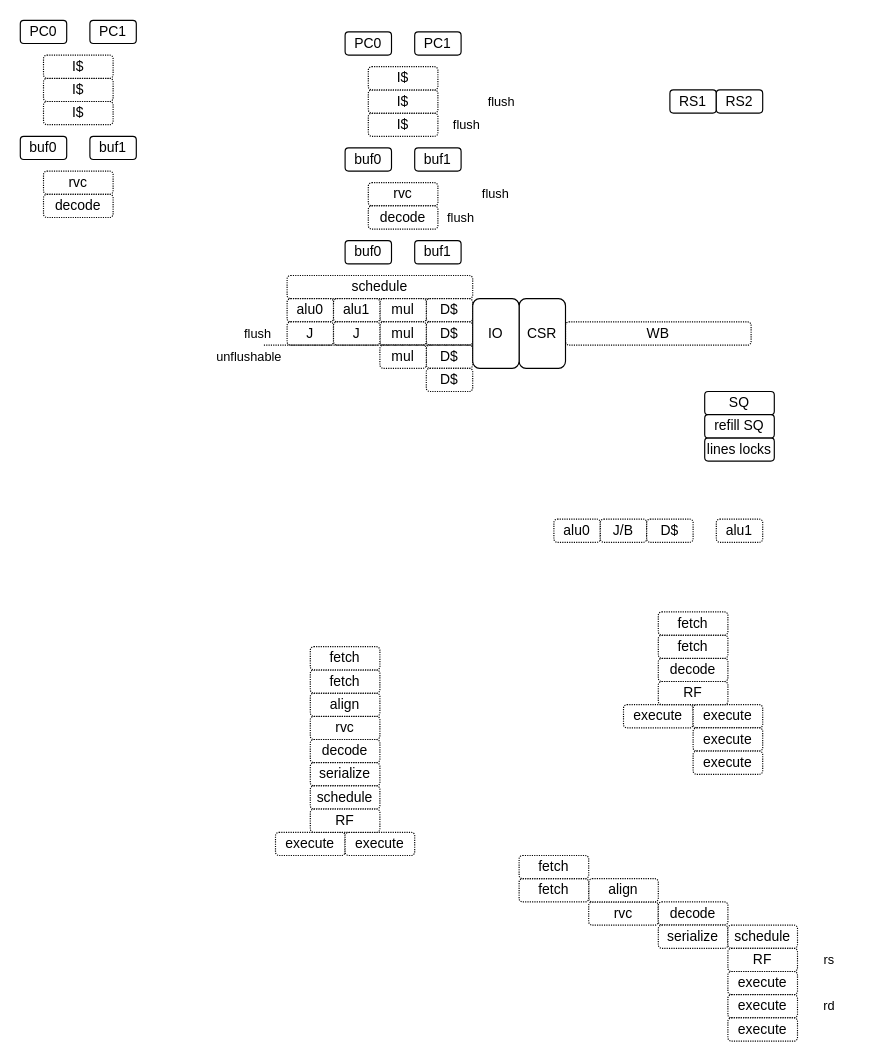
Before: page "vexii" (1 of 18) of source/asset/miaou.drawio in SpinalHDL/VexiiRiscv-RTD, a draw.io diagram. Source tidied: cells renumbered, new cells numbered last; positions are measured from the earlier drawing's top-left corner, leaving out a move shared by most shapes. Both pictures are drawn from the tidied source at 116%, with x=0, y=0 at pixel (20, 20).
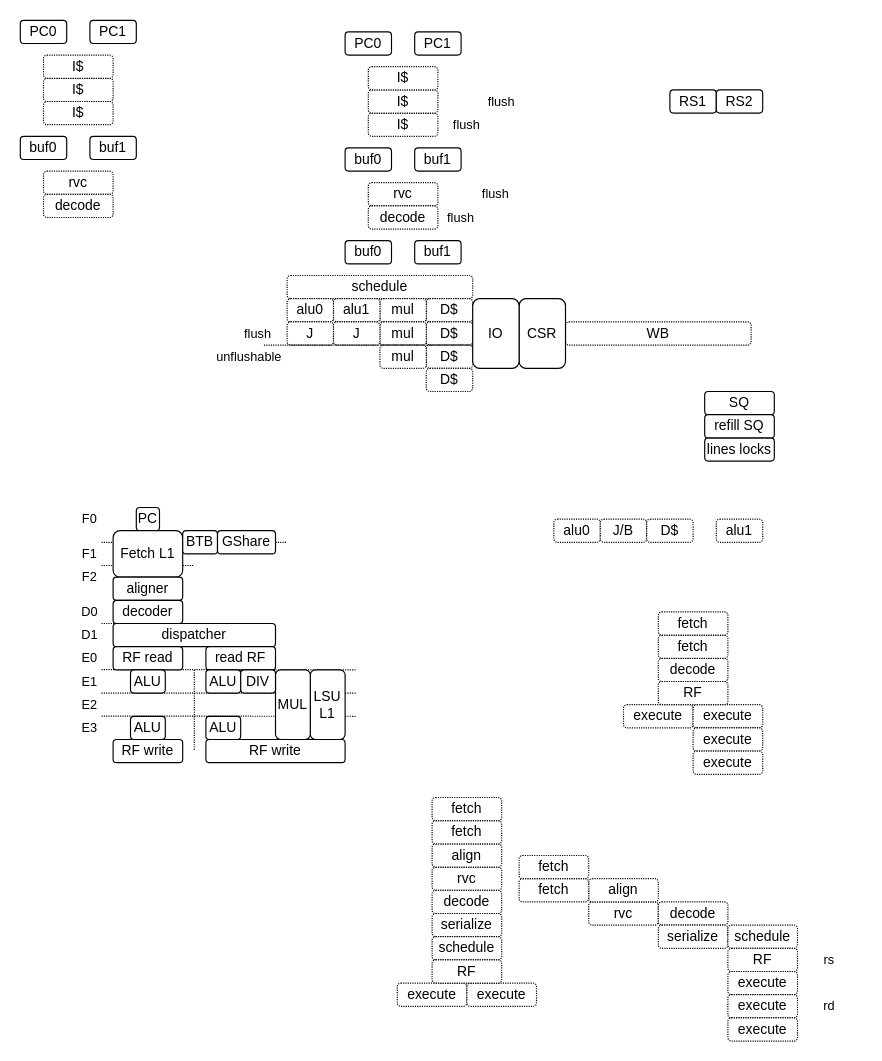
The same page after the edit.

The edit, as a diff of the source:
```diff
@@
+    <mxCell id="84" style="endArrow=none;html=1;rounded=0;dashed=1;dashPattern=1 1;" parent="1" edge="1">
+      <mxGeometry relative="1" as="geometry">
+        <mxPoint x="70" y="470" as="sourcePoint" />
+        <mxPoint x="150" y="470" as="targetPoint" />
+      </mxGeometry>
+    </mxCell>
+    <mxCell id="85" style="endArrow=none;html=1;rounded=0;dashed=1;dashPattern=1 1;" parent="1" edge="1">
+      <mxGeometry relative="1" as="geometry">
+        <mxPoint x="70" y="450" as="sourcePoint" />
+        <mxPoint x="230" y="450" as="targetPoint" />
+      </mxGeometry>
+    </mxCell>
+    <mxCell id="86" style="endArrow=none;html=1;rounded=0;dashed=1;dashPattern=1 1;" parent="1" edge="1">
+      <mxGeometry relative="1" as="geometry">
+        <mxPoint x="70" y="520" as="sourcePoint" />
+        <mxPoint x="150" y="520" as="targetPoint" />
+      </mxGeometry>
+    </mxCell>
+    <mxCell id="87" style="endArrow=none;html=1;rounded=0;dashed=1;dashPattern=1 1;" parent="1" edge="1">
+      <mxGeometry relative="1" as="geometry">
+        <mxPoint x="70" y="559.7" as="sourcePoint" />
+        <mxPoint x="290" y="560" as="targetPoint" />
+      </mxGeometry>
+    </mxCell>
+    <mxCell id="88" style="endArrow=none;html=1;rounded=0;dashed=1;dashPattern=1 1;" parent="1" edge="1">
+      <mxGeometry relative="1" as="geometry">
+        <mxPoint x="70" y="580" as="sourcePoint" />
+        <mxPoint x="290" y="580" as="targetPoint" />
+      </mxGeometry>
+    </mxCell>
+    <mxCell id="89" style="endArrow=none;html=1;rounded=0;dashed=1;dashPattern=1 1;" parent="1" edge="1">
+      <mxGeometry relative="1" as="geometry">
+        <mxPoint x="70" y="599.8" as="sourcePoint" />
+        <mxPoint x="290" y="600" as="targetPoint" />
+      </mxGeometry>
+    </mxCell>
@@
     <mxCell id="49" value="&lt;span style=&quot;font-size: 12px;&quot;&gt;rvc&lt;/span&gt;" style="rounded=1;whiteSpace=wrap;html=1;fontSize=8;strokeWidth=1;dashed=1;dashPattern=1 1;" parent="1" vertex="1">
-      <mxGeometry x="250" y="600" width="60" height="20" as="geometry" />
+      <mxGeometry x="355" y="730" width="60" height="20" as="geometry" />
     </mxCell>
     <mxCell id="50" value="&lt;span style=&quot;font-size: 12px;&quot;&gt;decode&lt;/span&gt;" style="rounded=1;whiteSpace=wrap;html=1;fontSize=8;strokeWidth=1;dashed=1;dashPattern=1 1;" parent="1" vertex="1">
-      <mxGeometry x="250" y="620" width="60" height="20" as="geometry" />
+      <mxGeometry x="355" y="750" width="60" height="20" as="geometry" />
     </mxCell>
     <mxCell id="51" value="&lt;span style=&quot;font-size: 12px;&quot;&gt;align&lt;/span&gt;" style="rounded=1;whiteSpace=wrap;html=1;fontSize=8;strokeWidth=1;dashed=1;dashPattern=1 1;" parent="1" vertex="1">
-      <mxGeometry x="250" y="580" width="60" height="20" as="geometry" />
+      <mxGeometry x="355" y="710" width="60" height="20" as="geometry" />
     </mxCell>
     <mxCell id="52" value="&lt;span style=&quot;font-size: 12px;&quot;&gt;fetch&lt;/span&gt;" style="rounded=1;whiteSpace=wrap;html=1;fontSize=8;strokeWidth=1;dashed=1;dashPattern=1 1;" parent="1" vertex="1">
-      <mxGeometry x="250" y="560" width="60" height="20" as="geometry" />
+      <mxGeometry x="355" y="690" width="60" height="20" as="geometry" />
     </mxCell>
     <mxCell id="53" value="&lt;span style=&quot;font-size: 12px;&quot;&gt;serialize&lt;/span&gt;" style="rounded=1;whiteSpace=wrap;html=1;fontSize=8;strokeWidth=1;dashed=1;dashPattern=1 1;" parent="1" vertex="1">
-      <mxGeometry x="250" y="640" width="60" height="20" as="geometry" />
+      <mxGeometry x="355" y="770" width="60" height="20" as="geometry" />
     </mxCell>
     <mxCell id="54" value="&lt;span style=&quot;font-size: 12px;&quot;&gt;schedule&lt;/span&gt;" style="rounded=1;whiteSpace=wrap;html=1;fontSize=8;strokeWidth=1;dashed=1;dashPattern=1 1;" parent="1" vertex="1">
-      <mxGeometry x="250" y="660" width="60" height="20" as="geometry" />
+      <mxGeometry x="355" y="790" width="60" height="20" as="geometry" />
     </mxCell>
     <mxCell id="55" value="&lt;span style=&quot;font-size: 12px;&quot;&gt;execute&lt;/span&gt;" style="rounded=1;whiteSpace=wrap;html=1;fontSize=8;strokeWidth=1;dashed=1;dashPattern=1 1;" parent="1" vertex="1">
-      <mxGeometry x="220" y="700" width="60" height="20" as="geometry" />
+      <mxGeometry x="325" y="830" width="60" height="20" as="geometry" />
     </mxCell>
     <mxCell id="56" value="&lt;span style=&quot;font-size: 12px;&quot;&gt;execute&lt;/span&gt;" style="rounded=1;whiteSpace=wrap;html=1;fontSize=8;strokeWidth=1;dashed=1;dashPattern=1 1;" parent="1" vertex="1">
-      <mxGeometry x="280" y="700" width="60" height="20" as="geometry" />
+      <mxGeometry x="385" y="830" width="60" height="20" as="geometry" />
     </mxCell>
@@
     <mxCell id="61" value="&lt;span style=&quot;font-size: 12px;&quot;&gt;RF&lt;/span&gt;" style="rounded=1;whiteSpace=wrap;html=1;fontSize=8;strokeWidth=1;dashed=1;dashPattern=1 1;" parent="1" vertex="1">
-      <mxGeometry x="250" y="680" width="60" height="20" as="geometry" />
+      <mxGeometry x="355" y="810" width="60" height="20" as="geometry" />
     </mxCell>
     <mxCell id="62" value="&lt;span style=&quot;font-size: 12px;&quot;&gt;fetch&lt;/span&gt;" style="rounded=1;whiteSpace=wrap;html=1;fontSize=8;strokeWidth=1;dashed=1;dashPattern=1 1;" parent="1" vertex="1">
-      <mxGeometry x="250" y="540" width="60" height="20" as="geometry" />
+      <mxGeometry x="355" y="670" width="60" height="20" as="geometry" />
     </mxCell>
@@
+    <mxCell id="90" value="&lt;span style=&quot;font-size: 12px;&quot;&gt;PC&lt;/span&gt;" style="rounded=1;whiteSpace=wrap;html=1;fontSize=8;strokeWidth=1;" parent="1" vertex="1">
+      <mxGeometry x="100" y="420" width="20" height="20" as="geometry" />
+    </mxCell>
+    <mxCell id="91" value="&lt;span style=&quot;font-size: 12px;&quot;&gt;Fetch L1&lt;/span&gt;" style="rounded=1;whiteSpace=wrap;html=1;fontSize=8;strokeWidth=1;" parent="1" vertex="1">
+      <mxGeometry x="80" y="440" width="60" height="40" as="geometry" />
+    </mxCell>
+    <mxCell id="92" value="&lt;span style=&quot;font-size: 12px;&quot;&gt;BTB&lt;/span&gt;" style="rounded=1;whiteSpace=wrap;html=1;fontSize=8;strokeWidth=1;" parent="1" vertex="1">
+      <mxGeometry x="140" y="440" width="30" height="20" as="geometry" />
+    </mxCell>
+    <mxCell id="93" style="endArrow=none;html=1;rounded=0;" parent="1" edge="1" source="92" target="94">
+      <mxGeometry relative="1" as="geometry" />
+    </mxCell>
+    <mxCell id="94" value="&lt;span style=&quot;font-size: 12px;&quot;&gt;GShare&lt;/span&gt;" style="rounded=1;whiteSpace=wrap;html=1;fontSize=8;strokeWidth=1;" parent="1" vertex="1">
+      <mxGeometry x="170" y="440" width="50" height="20" as="geometry" />
+    </mxCell>
+    <mxCell id="95" value="&lt;span style=&quot;font-size: 12px;&quot;&gt;aligner&lt;/span&gt;" style="rounded=1;whiteSpace=wrap;html=1;fontSize=8;strokeWidth=1;" parent="1" vertex="1">
+      <mxGeometry x="80" y="480" width="60" height="20" as="geometry" />
+    </mxCell>
+    <mxCell id="96" value="&lt;span style=&quot;font-size: 12px;&quot;&gt;decoder&lt;/span&gt;" style="rounded=1;whiteSpace=wrap;html=1;fontSize=8;strokeWidth=1;" parent="1" vertex="1">
+      <mxGeometry x="80" y="500" width="60" height="20" as="geometry" />
+    </mxCell>
+    <mxCell id="97" value="&lt;span style=&quot;font-size: 12px;&quot;&gt;dispatcher&lt;/span&gt;" style="rounded=1;whiteSpace=wrap;html=1;fontSize=8;strokeWidth=1;" parent="1" vertex="1">
+      <mxGeometry x="80" y="520" width="140" height="20" as="geometry" />
+    </mxCell>
+    <mxCell id="98" value="&lt;span style=&quot;font-size: 12px;&quot;&gt;RF read&lt;/span&gt;" style="rounded=1;whiteSpace=wrap;html=1;fontSize=8;strokeWidth=1;" parent="1" vertex="1">
+      <mxGeometry x="80" y="540" width="60" height="20" as="geometry" />
+    </mxCell>
+    <mxCell id="99" value="&lt;span style=&quot;font-size: 12px;&quot;&gt;ALU&lt;/span&gt;" style="rounded=1;whiteSpace=wrap;html=1;fontSize=8;strokeWidth=1;" parent="1" vertex="1">
+      <mxGeometry x="95" y="560" width="30" height="20" as="geometry" />
+    </mxCell>
+    <mxCell id="100" value="&lt;span style=&quot;font-size: 12px;&quot;&gt;read RF&lt;/span&gt;" style="rounded=1;whiteSpace=wrap;html=1;fontSize=8;strokeWidth=1;" parent="1" vertex="1">
+      <mxGeometry x="160" y="540" width="60" height="20" as="geometry" />
+    </mxCell>
+    <mxCell id="101" style="endArrow=none;html=1;rounded=0;dashed=1;dashPattern=1 1;" parent="1" edge="1">
+      <mxGeometry relative="1" as="geometry">
+        <mxPoint x="150" y="560" as="sourcePoint" />
+        <mxPoint x="150" y="630" as="targetPoint" />
+      </mxGeometry>
+    </mxCell>
+    <mxCell id="102" value="&lt;span style=&quot;font-size: 12px;&quot;&gt;ALU&lt;/span&gt;" style="rounded=1;whiteSpace=wrap;html=1;fontSize=8;strokeWidth=1;" parent="1" vertex="1">
+      <mxGeometry x="160" y="560" width="30" height="20" as="geometry" />
+    </mxCell>
+    <mxCell id="103" value="&lt;span style=&quot;font-size: 12px;&quot;&gt;LSU L1&lt;/span&gt;" style="rounded=1;whiteSpace=wrap;html=1;fontSize=8;strokeWidth=1;" parent="1" vertex="1">
+      <mxGeometry x="250" y="560" width="30" height="60" as="geometry" />
+    </mxCell>
+    <mxCell id="104" value="&lt;span style=&quot;font-size: 12px;&quot;&gt;MUL&lt;/span&gt;" style="rounded=1;whiteSpace=wrap;html=1;fontSize=8;strokeWidth=1;" parent="1" vertex="1">
+      <mxGeometry x="220" y="560" width="30" height="60" as="geometry" />
+    </mxCell>
+    <mxCell id="105" value="&lt;span style=&quot;font-size: 12px;&quot;&gt;RF write&lt;/span&gt;" style="rounded=1;whiteSpace=wrap;html=1;fontSize=8;strokeWidth=1;" parent="1" vertex="1">
+      <mxGeometry x="80" y="620" width="60" height="20" as="geometry" />
+    </mxCell>
+    <mxCell id="106" value="&lt;span style=&quot;font-size: 12px;&quot;&gt;RF write&lt;/span&gt;" style="rounded=1;whiteSpace=wrap;html=1;fontSize=8;strokeWidth=1;" parent="1" vertex="1">
+      <mxGeometry x="160" y="620" width="120" height="20" as="geometry" />
+    </mxCell>
+    <mxCell id="107" value="&lt;span style=&quot;font-size: 12px;&quot;&gt;DIV&lt;/span&gt;" style="rounded=1;whiteSpace=wrap;html=1;fontSize=8;strokeWidth=1;" parent="1" vertex="1">
+      <mxGeometry x="190" y="560" width="30" height="20" as="geometry" />
+    </mxCell>
+    <mxCell id="108" value="&lt;span style=&quot;font-size: 12px;&quot;&gt;ALU&lt;/span&gt;" style="rounded=1;whiteSpace=wrap;html=1;fontSize=8;strokeWidth=1;" parent="1" vertex="1">
+      <mxGeometry x="95" y="600" width="30" height="20" as="geometry" />
+    </mxCell>
+    <mxCell id="109" value="&lt;span style=&quot;font-size: 12px;&quot;&gt;ALU&lt;/span&gt;" style="rounded=1;whiteSpace=wrap;html=1;fontSize=8;strokeWidth=1;" parent="1" vertex="1">
+      <mxGeometry x="160" y="600" width="30" height="20" as="geometry" />
+    </mxCell>
+    <mxCell id="110" value="F0" style="text;html=1;strokeColor=none;fillColor=none;align=center;verticalAlign=middle;whiteSpace=wrap;rounded=0;dashed=1;dashPattern=1 1;labelBackgroundColor=none;fontSize=11;" parent="1" vertex="1">
+      <mxGeometry x="50" y="420" width="20" height="20" as="geometry" />
+    </mxCell>
+    <mxCell id="111" value="F1" style="text;html=1;strokeColor=none;fillColor=none;align=center;verticalAlign=middle;whiteSpace=wrap;rounded=0;dashed=1;dashPattern=1 1;labelBackgroundColor=none;fontSize=11;" parent="1" vertex="1">
+      <mxGeometry x="50" y="450" width="20" height="20" as="geometry" />
+    </mxCell>
+    <mxCell id="112" value="F2" style="text;html=1;strokeColor=none;fillColor=none;align=center;verticalAlign=middle;whiteSpace=wrap;rounded=0;dashed=1;dashPattern=1 1;labelBackgroundColor=none;fontSize=11;" parent="1" vertex="1">
+      <mxGeometry x="50" y="470" width="20" height="20" as="geometry" />
+    </mxCell>
+    <mxCell id="113" value="D0" style="text;html=1;strokeColor=none;fillColor=none;align=center;verticalAlign=middle;whiteSpace=wrap;rounded=0;dashed=1;dashPattern=1 1;labelBackgroundColor=none;fontSize=11;" parent="1" vertex="1">
+      <mxGeometry x="50" y="500" width="20" height="20" as="geometry" />
+    </mxCell>
+    <mxCell id="114" value="D1" style="text;html=1;strokeColor=none;fillColor=none;align=center;verticalAlign=middle;whiteSpace=wrap;rounded=0;dashed=1;dashPattern=1 1;labelBackgroundColor=none;fontSize=11;" parent="1" vertex="1">
+      <mxGeometry x="50" y="520" width="20" height="20" as="geometry" />
+    </mxCell>
+    <mxCell id="115" value="E0" style="text;html=1;strokeColor=none;fillColor=none;align=center;verticalAlign=middle;whiteSpace=wrap;rounded=0;dashed=1;dashPattern=1 1;labelBackgroundColor=none;fontSize=11;" parent="1" vertex="1">
+      <mxGeometry x="50" y="540" width="20" height="20" as="geometry" />
+    </mxCell>
+    <mxCell id="116" value="E1" style="text;html=1;strokeColor=none;fillColor=none;align=center;verticalAlign=middle;whiteSpace=wrap;rounded=0;dashed=1;dashPattern=1 1;labelBackgroundColor=none;fontSize=11;" parent="1" vertex="1">
+      <mxGeometry x="50" y="560" width="20" height="20" as="geometry" />
+    </mxCell>
+    <mxCell id="117" value="E2" style="text;html=1;strokeColor=none;fillColor=none;align=center;verticalAlign=middle;whiteSpace=wrap;rounded=0;dashed=1;dashPattern=1 1;labelBackgroundColor=none;fontSize=11;" parent="1" vertex="1">
+      <mxGeometry x="50" y="580" width="20" height="20" as="geometry" />
+    </mxCell>
+    <mxCell id="118" value="E3" style="text;html=1;strokeColor=none;fillColor=none;align=center;verticalAlign=middle;whiteSpace=wrap;rounded=0;dashed=1;dashPattern=1 1;labelBackgroundColor=none;fontSize=11;" parent="1" vertex="1">
+      <mxGeometry x="50" y="600" width="20" height="20" as="geometry" />
+    </mxCell>
```
